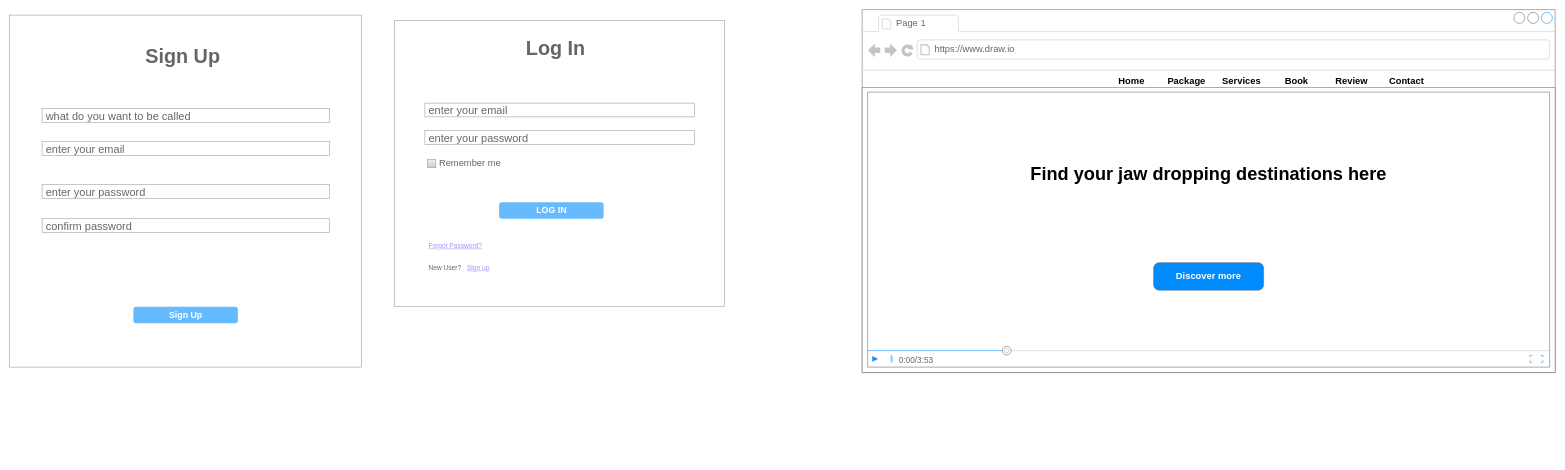
This is page "Page-1" (1 of 2) of Wire-frame.drawio.xml from Lion-ofJudah/UGR-1027-13, a draw.io file, before an edit. Source tidied: cells renumbered, new cells numbered last; positions are measured from the earlier drawing's top-left corner, leaving out a move shared by most shapes. Both pictures are drawn from the tidied source at 55%, with x=0, y=0 at pixel (9, 9).
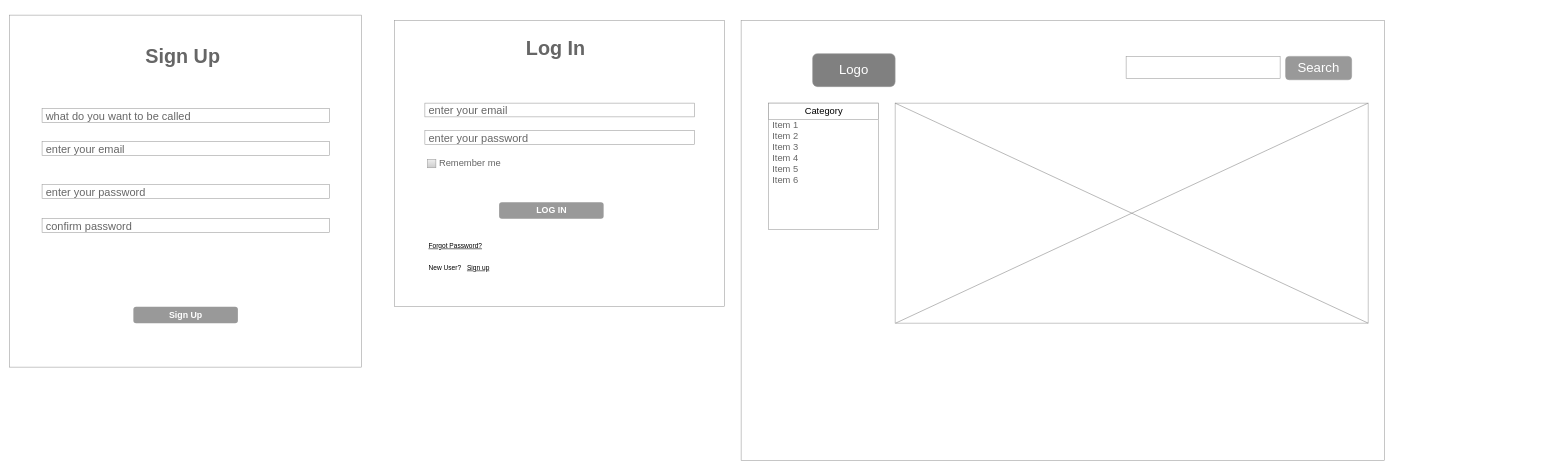
Above is the later version.

The change refers to these unchanged cells:
```xml
<mxCell id="15" style="strokeWidth=1;shadow=0;dashed=0;align=center;html=1;shape=mxgraph.mockup.forms.rrect;rSize=0;strokeColor=#999999;fillColor=#ffffff;fontSize=33;fontColor=#000000;" parent="1" vertex="1">
  <mxGeometry x="700" y="20" width="600" height="520" as="geometry" />
</mxCell>
<mxCell id="24" style="strokeWidth=1;shadow=0;dashed=0;align=center;html=1;shape=mxgraph.mockup.forms.rrect;rSize=0;strokeColor=#999999;fillColor=#ffffff;fontSize=33;fontColor=#000000;" parent="1" vertex="1">
  <mxGeometry y="10" width="640" height="640" as="geometry" />
</mxCell>
```

The edit, as a diff of the source:
```diff
@@
-    <mxCell id="2" style="strokeWidth=1;shadow=0;dashed=0;align=center;html=1;shape=mxgraph.mockup.containers.browserWindow;rSize=0;strokeColor=#666666;strokeColor2=#008cff;strokeColor3=#c4c4c4;mainText=,;" parent="1" vertex="1">
-      <mxGeometry x="1550" width="1260" height="660" as="geometry" />
-    </mxCell>
-    <mxCell id="3" value="Page 1" style="strokeWidth=1;shadow=0;dashed=0;align=center;html=1;shape=mxgraph.mockup.containers.anchor;fontSize=17;fontColor=#666666;align=left;" parent="2" vertex="1">
-      <mxGeometry x="60" y="12" width="110" height="26" as="geometry" />
-    </mxCell>
-    <mxCell id="4" value="https://www.draw.io" style="strokeWidth=1;shadow=0;dashed=0;align=center;html=1;shape=mxgraph.mockup.containers.anchor;rSize=0;fontSize=17;fontColor=#666666;align=left;" parent="2" vertex="1">
-      <mxGeometry x="130" y="60" width="250" height="26" as="geometry" />
-    </mxCell>
-    <mxCell id="5" style="strokeWidth=1;shadow=0;dashed=0;align=center;html=1;shape=mxgraph.mockup.containers.marginRect2;rectMarginTop=32;strokeColor=#666666;gradientColor=none;" parent="2" vertex="1">
-      <mxGeometry y="110" width="1260" height="550" as="geometry" />
-    </mxCell>
-    <mxCell id="6" value="Package" style="strokeWidth=1;shadow=0;dashed=0;align=center;html=1;shape=mxgraph.mockup.buttons.button;strokeColor=#FFFFFF;fontColor=#000000;mainText=;buttonStyle=round;fontSize=17;fontStyle=1;fillColor=#FFFFFF;whiteSpace=wrap;" parent="2" vertex="1">
-      <mxGeometry x="550" y="120" width="80" height="20" as="geometry" />
-    </mxCell>
-    <mxCell id="7" value="Contact" style="strokeWidth=1;shadow=0;dashed=0;align=center;html=1;shape=mxgraph.mockup.buttons.button;strokeColor=#FFFFFF;fontColor=#000000;mainText=;buttonStyle=round;fontSize=17;fontStyle=1;fillColor=#FFFFFF;whiteSpace=wrap;" parent="2" vertex="1">
-      <mxGeometry x="950" y="120" width="80" height="20" as="geometry" />
-    </mxCell>
-    <mxCell id="8" value="Review" style="strokeWidth=1;shadow=0;dashed=0;align=center;html=1;shape=mxgraph.mockup.buttons.button;strokeColor=#FFFFFF;fontColor=#000000;mainText=;buttonStyle=round;fontSize=17;fontStyle=1;fillColor=#FFFFFF;whiteSpace=wrap;" parent="2" vertex="1">
-      <mxGeometry x="850" y="120" width="80" height="20" as="geometry" />
-    </mxCell>
-    <mxCell id="9" value="Book" style="strokeWidth=1;shadow=0;dashed=0;align=center;html=1;shape=mxgraph.mockup.buttons.button;strokeColor=#FFFFFF;fontColor=#000000;mainText=;buttonStyle=round;fontSize=17;fontStyle=1;fillColor=#FFFFFF;whiteSpace=wrap;" parent="2" vertex="1">
-      <mxGeometry x="750" y="120" width="80" height="20" as="geometry" />
-    </mxCell>
-    <mxCell id="10" value="Services" style="strokeWidth=1;shadow=0;dashed=0;align=center;html=1;shape=mxgraph.mockup.buttons.button;strokeColor=#FFFFFF;fontColor=#000000;mainText=;buttonStyle=round;fontSize=17;fontStyle=1;fillColor=#FFFFFF;whiteSpace=wrap;" parent="2" vertex="1">
-      <mxGeometry x="650" y="120" width="80" height="20" as="geometry" />
-    </mxCell>
-    <mxCell id="11" value="Home" style="strokeWidth=1;shadow=0;dashed=0;align=center;html=1;shape=mxgraph.mockup.buttons.button;strokeColor=#FFFFFF;fontColor=#000000;mainText=;buttonStyle=round;fontSize=17;fontStyle=1;fillColor=#FFFFFF;whiteSpace=wrap;" parent="2" vertex="1">
-      <mxGeometry x="450" y="120" width="80" height="20" as="geometry" />
-    </mxCell>
-    <mxCell id="12" style="verticalLabelPosition=bottom;shadow=0;dashed=0;align=center;html=1;verticalAlign=top;strokeWidth=1;shape=mxgraph.mockup.containers.videoPlayer;strokeColor=#666666;strokeColor2=#008cff;strokeColor3=#c4c4c4;textColor=#666666;fillColor2=#008cff;barHeight=30;barPos=20;fontColor=#000000;fillColor=#FFFFFF;" parent="2" vertex="1">
-      <mxGeometry x="10" y="150" width="1240" height="500" as="geometry" />
-    </mxCell>
-    <mxCell id="13" value="Discover more" style="strokeWidth=1;shadow=0;dashed=0;align=center;html=1;shape=mxgraph.mockup.buttons.button;strokeColor=#666666;fontColor=#ffffff;mainText=;buttonStyle=round;fontSize=17;fontStyle=1;fillColor=#008cff;whiteSpace=wrap;" parent="2" vertex="1">
-      <mxGeometry x="530" y="460" width="200" height="50" as="geometry" />
-    </mxCell>
-    <mxCell id="14" value="Find your jaw dropping destinations here" style="text;html=1;align=center;verticalAlign=middle;whiteSpace=wrap;rounded=0;fontSize=33;fontStyle=1;" parent="2" vertex="1">
-      <mxGeometry x="276.1" y="280" width="707.8" height="35" as="geometry" />
-    </mxCell>
+    <mxCell id="31" style="rounded=0;whiteSpace=wrap;html=1;strokeColor=#999999;fontSize=24;fontColor=#000000;fillColor=#FFFFFF;verticalAlign=middle;" parent="1" vertex="1">
+      <mxGeometry x="1330" y="20" width="1170" height="800" as="geometry" />
+    </mxCell>
@@
-    <mxCell id="19" value="LOG IN" style="strokeWidth=1;shadow=0;dashed=0;align=center;html=1;shape=mxgraph.mockup.forms.rrect;rSize=5;strokeColor=none;fontColor=#ffffff;fillColor=#66bbff;fontSize=16;fontStyle=1;" parent="15" vertex="1">
+    <mxCell id="19" value="LOG IN" style="strokeWidth=1;shadow=0;dashed=0;align=center;html=1;shape=mxgraph.mockup.forms.rrect;rSize=5;strokeColor=none;fontColor=#ffffff;fillColor=#999999;fontSize=16;fontStyle=1;" parent="15" vertex="1">
       <mxGeometry y="1" width="190" height="30" relative="1" as="geometry">
         <mxPoint x="190" y="-190" as="offset" />
       </mxGeometry>
     </mxCell>
-    <mxCell id="20" value="Forgot Password?" style="strokeWidth=1;shadow=0;dashed=0;align=center;html=1;shape=mxgraph.mockup.forms.anchor;fontSize=12;fontColor=#9999ff;align=left;spacingLeft=0;fontStyle=4;strokeColor=#FFFFFF;fillColor=#FFFFFF;" parent="15" vertex="1">
+    <mxCell id="20" value="Forgot Password?" style="strokeWidth=1;shadow=0;dashed=0;align=center;html=1;shape=mxgraph.mockup.forms.anchor;fontSize=12;fontColor=#000000;align=left;spacingLeft=0;fontStyle=4;strokeColor=#FFFFFF;fillColor=#FFFFFF;" parent="15" vertex="1">
       <mxGeometry y="1" width="110" height="20" relative="1" as="geometry">
         <mxPoint x="60" y="-120" as="offset" />
       </mxGeometry>
     </mxCell>
-    <mxCell id="21" value="New User?" style="strokeWidth=1;shadow=0;dashed=0;align=center;html=1;shape=mxgraph.mockup.forms.anchor;fontSize=12;fontColor=#666666;align=left;spacingLeft=0;strokeColor=#FFFFFF;fillColor=#FFFFFF;" parent="15" vertex="1">
+    <mxCell id="21" value="New User?" style="strokeWidth=1;shadow=0;dashed=0;align=center;html=1;shape=mxgraph.mockup.forms.anchor;fontSize=12;fontColor=#000000;align=left;spacingLeft=0;strokeColor=#FFFFFF;fillColor=#FFFFFF;" parent="15" vertex="1">
       <mxGeometry y="1" width="70" height="20" relative="1" as="geometry">
         <mxPoint x="60" y="-80" as="offset" />
       </mxGeometry>
     </mxCell>
@@
-    <mxCell id="23" value="Sign up" style="shape=rectangle;strokeColor=none;fillColor=none;linkText=;fontSize=12;fontColor=#9999FF;fontStyle=4;html=1;align=left;" parent="15" vertex="1">
+    <mxCell id="23" value="Sign up" style="shape=rectangle;strokeColor=none;fillColor=none;linkText=;fontSize=12;fontColor=#000000;fontStyle=4;html=1;align=left;" parent="15" vertex="1">
       <mxGeometry x="130" y="440" width="50" height="20" as="geometry" />
     </mxCell>
@@
-    <mxCell id="28" value="Sign Up" style="strokeWidth=1;shadow=0;dashed=0;align=center;html=1;shape=mxgraph.mockup.forms.rrect;rSize=5;strokeColor=none;fontColor=#ffffff;fillColor=#66bbff;fontSize=16;fontStyle=1;" parent="24" vertex="1">
+    <mxCell id="28" value="Sign Up" style="strokeWidth=1;shadow=0;dashed=0;align=center;html=1;shape=mxgraph.mockup.forms.rrect;rSize=5;strokeColor=none;fontColor=#ffffff;fillColor=#999999;fontSize=16;fontStyle=1;" parent="24" vertex="1">
       <mxGeometry y="1" width="190" height="30" relative="1" as="geometry">
         <mxPoint x="225" y="-110" as="offset" />
       </mxGeometry>
     </mxCell>
@@
+    <mxCell id="32" style="rounded=1;whiteSpace=wrap;html=1;strokeColor=#999999;fontSize=24;fontColor=#000000;fillColor=#808080;" parent="1" vertex="1">
+      <mxGeometry x="1460" y="80" width="150" height="60" as="geometry" />
+    </mxCell>
+    <mxCell id="33" value="Logo" style="text;html=1;strokeColor=none;fillColor=none;align=center;verticalAlign=middle;whiteSpace=wrap;rounded=0;fontSize=24;fontColor=#FFFFFF;" parent="1" vertex="1">
+      <mxGeometry x="1475" y="87.5" width="120" height="45" as="geometry" />
+    </mxCell>
+    <mxCell id="34" style="rounded=0;whiteSpace=wrap;html=1;strokeColor=#999999;fontSize=24;fontColor=#000000;fillColor=#FFFFFF;" parent="1" vertex="1">
+      <mxGeometry x="1610" y="170" width="860" height="400" as="geometry" />
+    </mxCell>
+    <mxCell id="35" style="endArrow=none;html=1;rounded=0;fontSize=24;fontColor=#000000;entryX=1;entryY=0;entryDx=0;entryDy=0;strokeColor=#808080;" parent="1" edge="1" target="34">
+      <mxGeometry relative="1" as="geometry">
+        <mxPoint x="1611" y="570" as="sourcePoint" />
+      </mxGeometry>
+    </mxCell>
+    <mxCell id="36" style="endArrow=none;html=1;rounded=0;fontSize=24;fontColor=#000000;exitX=1;exitY=1;exitDx=0;exitDy=0;strokeColor=#808080;" parent="1" edge="1" source="34">
+      <mxGeometry relative="1" as="geometry">
+        <mxPoint x="1610" y="170" as="targetPoint" />
+      </mxGeometry>
+    </mxCell>
+    <mxCell id="37" style="strokeWidth=1;shadow=0;dashed=0;align=center;html=1;shape=mxgraph.mockup.forms.rrect;rSize=0;strokeColor=#999999;fillColor=#ffffff;fontSize=24;fontColor=#000000;" parent="1" vertex="1">
+      <mxGeometry x="1380" y="170" width="200" height="230" as="geometry" />
+    </mxCell>
+    <mxCell id="38" value="&lt;font color=&quot;#000000&quot;&gt;Category&lt;/font&gt;" style="strokeWidth=1;shadow=0;dashed=0;align=center;html=1;shape=mxgraph.mockup.forms.rrect;rSize=0;strokeColor=#999999;fontColor=#008cff;fontSize=17;fillColor=#ffffff;" parent="37" vertex="1">
+      <mxGeometry width="200" height="30" relative="1" as="geometry" />
+    </mxCell>
+    <mxCell id="39" value="Item 1" style="strokeWidth=1;shadow=0;dashed=0;align=center;html=1;shape=mxgraph.mockup.forms.anchor;fontSize=17;fontColor=#666666;align=left;spacingLeft=5;strokeColor=#999999;fillColor=#FFFFFF;" parent="37" vertex="1">
+      <mxGeometry width="200" height="20" relative="1" as="geometry">
+        <mxPoint y="30" as="offset" />
+      </mxGeometry>
+    </mxCell>
+    <mxCell id="40" value="Item 2" style="strokeWidth=1;shadow=0;dashed=0;align=center;html=1;shape=mxgraph.mockup.forms.anchor;fontSize=17;fontColor=#666666;align=left;spacingLeft=5;strokeColor=#999999;fillColor=#FFFFFF;" parent="37" vertex="1">
+      <mxGeometry width="200" height="20" relative="1" as="geometry">
+        <mxPoint y="50" as="offset" />
+      </mxGeometry>
+    </mxCell>
+    <mxCell id="41" value="Item 4" style="strokeWidth=1;shadow=0;dashed=0;align=center;html=1;shape=mxgraph.mockup.forms.anchor;fontSize=17;fontColor=#666666;align=left;spacingLeft=5;strokeColor=#999999;fillColor=#FFFFFF;" parent="37" vertex="1">
+      <mxGeometry width="200" height="20" relative="1" as="geometry">
+        <mxPoint y="90" as="offset" />
+      </mxGeometry>
+    </mxCell>
+    <mxCell id="42" value="Item 3" style="strokeWidth=1;shadow=0;dashed=0;align=center;html=1;shape=mxgraph.mockup.forms.anchor;fontSize=17;fontColor=#666666;align=left;spacingLeft=5;strokeColor=#999999;fillColor=#FFFFFF;" parent="37" vertex="1">
+      <mxGeometry width="200" height="20" relative="1" as="geometry">
+        <mxPoint y="70" as="offset" />
+      </mxGeometry>
+    </mxCell>
+    <mxCell id="43" value="Item 5" style="strokeWidth=1;shadow=0;dashed=0;align=center;html=1;shape=mxgraph.mockup.forms.anchor;fontSize=17;fontColor=#666666;align=left;spacingLeft=5;strokeColor=#999999;fillColor=#FFFFFF;" parent="37" vertex="1">
+      <mxGeometry width="200" height="20" relative="1" as="geometry">
+        <mxPoint y="110" as="offset" />
+      </mxGeometry>
+    </mxCell>
+    <mxCell id="44" value="Item 6" style="strokeWidth=1;shadow=0;dashed=0;align=center;html=1;shape=mxgraph.mockup.forms.anchor;fontSize=17;fontColor=#666666;align=left;spacingLeft=5;strokeColor=#999999;fillColor=#FFFFFF;" parent="37" vertex="1">
+      <mxGeometry width="200" height="20" relative="1" as="geometry">
+        <mxPoint y="130" as="offset" />
+      </mxGeometry>
+    </mxCell>
+    <mxCell id="45" style="rounded=0;whiteSpace=wrap;html=1;strokeColor=#999999;fontSize=24;fontColor=#000000;fillColor=#FFFFFF;" parent="1" vertex="1">
+      <mxGeometry x="2030" y="85" width="280" height="40" as="geometry" />
+    </mxCell>
+    <mxCell id="46" style="rounded=1;whiteSpace=wrap;html=1;strokeColor=#999999;fontSize=24;fontColor=#000000;fillColor=#999999;" parent="1" vertex="1">
+      <mxGeometry x="2320" y="85" width="120" height="42.5" as="geometry" />
+    </mxCell>
+    <mxCell id="47" value="Search" style="text;html=1;strokeColor=none;fillColor=none;align=center;verticalAlign=middle;whiteSpace=wrap;rounded=0;fontSize=24;fontColor=#FFFFFF;" parent="1" vertex="1">
+      <mxGeometry x="2340" y="91.2" width="80" height="30" as="geometry" />
+    </mxCell>
```
